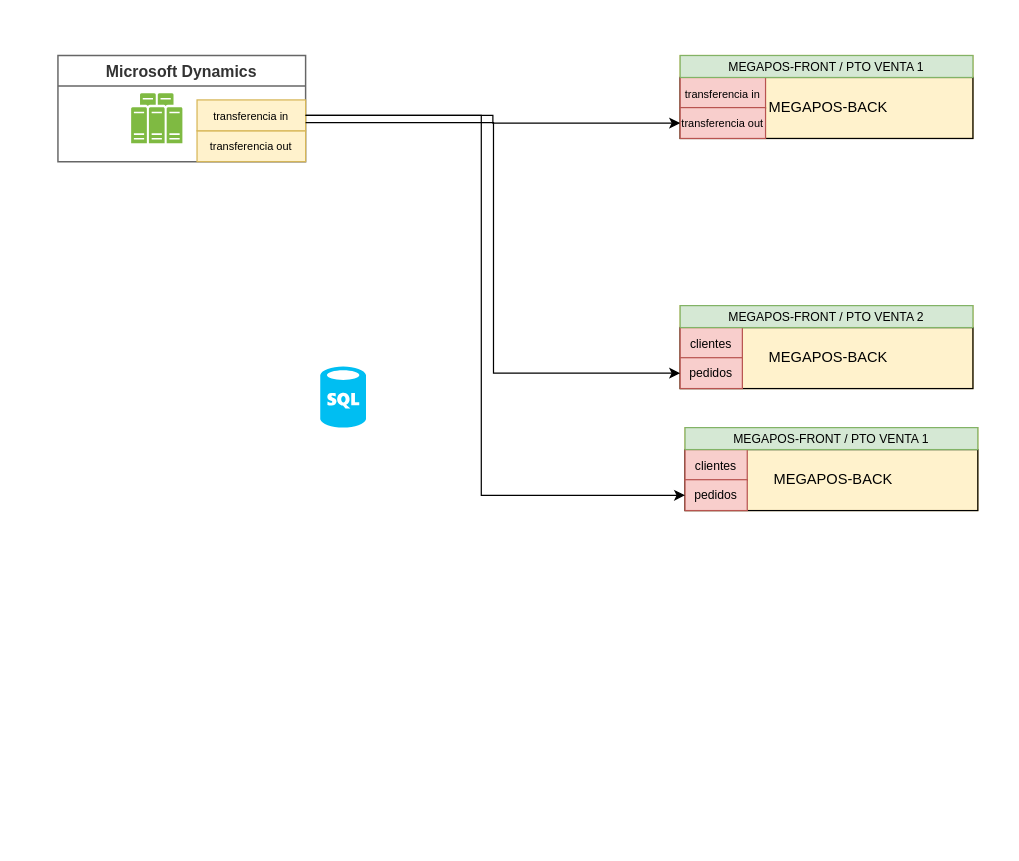
This is page "Transferencias" (7 of 7) of arquitectura-megaprofer.drawio from whuera/arquitectura-megaprofer, a draw.io file, before an edit. Source tidied: cells renumbered, new cells numbered last; positions are measured from the earlier drawing's top-left corner, leaving out a move shared by most shapes. Both pictures are drawn from the tidied source at 122%, with x=0, y=0 at pixel (57, 55).
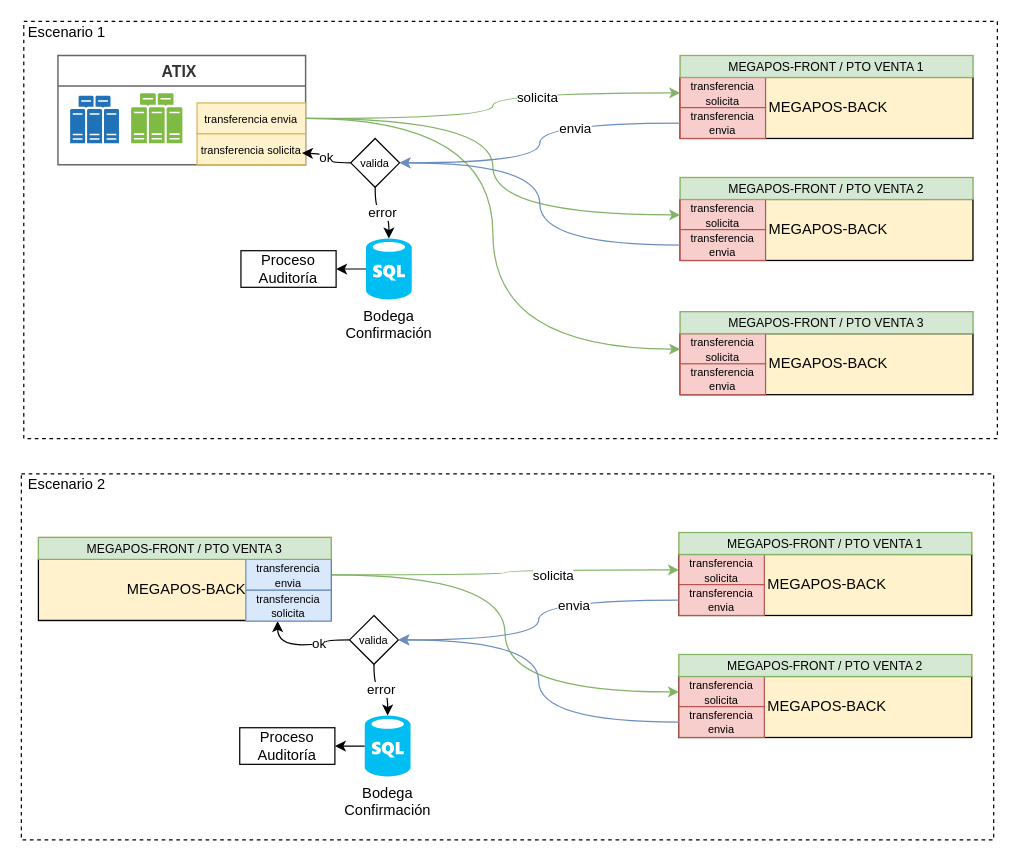
After the change.

The change refers to these unchanged cells:
```xml
<mxCell id="3" style="group;fillColor=#fff2cc;strokeColor=#d6b656;" parent="2" vertex="1">
  <mxGeometry width="240" height="68" as="geometry" />
</mxCell>
<mxCell id="17" style="group;fillColor=#fff2cc;strokeColor=#d6b656;" parent="16" vertex="1">
  <mxGeometry width="240" height="68" as="geometry" />
</mxCell>
```

Diff of the diagram source:
```diff
@@
+    <mxCell id="32" style="rounded=0;whiteSpace=wrap;html=1;dashed=1;fillColor=none;" parent="1" vertex="1">
+      <mxGeometry x="-30" y="343" width="797" height="300" as="geometry" />
+    </mxCell>
+    <mxCell id="33" style="rounded=0;whiteSpace=wrap;html=1;dashed=1;fillColor=none;" parent="1" vertex="1">
+      <mxGeometry x="-28" y="-28" width="798" height="342" as="geometry" />
+    </mxCell>
@@
-    <mxCell id="5" value="&lt;font style=&quot;font-size: 9px&quot;&gt;transferencia in&lt;/font&gt;" style="rounded=0;whiteSpace=wrap;html=1;fillColor=#f8cecc;strokeColor=#b85450;fontSize=10;" parent="3" vertex="1">
+    <mxCell id="5" value="&lt;font style=&quot;font-size: 9px&quot;&gt;transferencia solicita&lt;/font&gt;" style="rounded=0;whiteSpace=wrap;html=1;fillColor=#f8cecc;strokeColor=#b85450;fontSize=10;" parent="3" vertex="1">
       <mxGeometry y="18" width="70" height="25.3" as="geometry" />
     </mxCell>
-    <mxCell id="6" value="&lt;font style=&quot;font-size: 9px&quot;&gt;transferencia out&lt;/font&gt;" style="rounded=0;whiteSpace=wrap;html=1;fillColor=#f8cecc;strokeColor=#b85450;fontSize=10;" parent="3" vertex="1">
+    <mxCell id="6" value="&lt;font style=&quot;font-size: 9px&quot;&gt;transferencia envia&lt;/font&gt;" style="rounded=0;whiteSpace=wrap;html=1;fillColor=#f8cecc;strokeColor=#b85450;fontSize=10;" parent="3" vertex="1">
       <mxGeometry y="42.7" width="70" height="25.3" as="geometry" />
     </mxCell>
@@
-    <mxCell id="8" style="group;" parent="1" vertex="1">
-      <mxGeometry x="514" y="305" width="240" height="68" as="geometry" />
-    </mxCell>
-    <mxCell id="9" style="group;" parent="8" vertex="1">
-      <mxGeometry width="240" height="68" as="geometry" />
-    </mxCell>
-    <mxCell id="10" style="group;fillColor=#fff2cc;strokeColor=#d6b656;" parent="9" vertex="1">
-      <mxGeometry width="240" height="68" as="geometry" />
-    </mxCell>
-    <mxCell id="11" value="&amp;nbsp;MEGAPOS-BACK" style="rounded=0;whiteSpace=wrap;html=1;fillColor=none;" parent="10" vertex="1">
-      <mxGeometry y="18" width="240" height="50" as="geometry" />
-    </mxCell>
-    <mxCell id="12" value="clientes" style="rounded=0;whiteSpace=wrap;html=1;fillColor=#f8cecc;strokeColor=#b85450;fontSize=10;" parent="10" vertex="1">
-      <mxGeometry y="18" width="51" height="25.3" as="geometry" />
-    </mxCell>
-    <mxCell id="13" value="pedidos" style="rounded=0;whiteSpace=wrap;html=1;fillColor=#f8cecc;strokeColor=#b85450;fontSize=10;" parent="10" vertex="1">
-      <mxGeometry y="42.7" width="51" height="25.3" as="geometry" />
-    </mxCell>
-    <mxCell id="14" value="MEGAPOS-FRONT / PTO VENTA 1" style="rounded=0;whiteSpace=wrap;html=1;strokeColor=#82b366;fillColor=#d5e8d4;fontSize=10;" parent="10" vertex="1">
-      <mxGeometry width="240" height="18" as="geometry" />
-    </mxCell>
     <mxCell id="15" style="group;" parent="1" vertex="1">
-      <mxGeometry x="510" y="205" width="240" height="68" as="geometry" />
+      <mxGeometry x="510" y="100" width="240" height="68" as="geometry" />
     </mxCell>
@@
-    <mxCell id="19" value="clientes" style="rounded=0;whiteSpace=wrap;html=1;fillColor=#f8cecc;strokeColor=#b85450;fontSize=10;" parent="17" vertex="1">
-      <mxGeometry y="18" width="51" height="25.3" as="geometry" />
+    <mxCell id="19" value="&lt;span style=&quot;font-size: 9px&quot;&gt;transferencia solicita&lt;/span&gt;" style="rounded=0;whiteSpace=wrap;html=1;fillColor=#f8cecc;strokeColor=#b85450;fontSize=10;" parent="17" vertex="1">
+      <mxGeometry y="18" width="70" height="25.3" as="geometry" />
     </mxCell>
-    <mxCell id="20" value="pedidos" style="rounded=0;whiteSpace=wrap;html=1;fillColor=#f8cecc;strokeColor=#b85450;fontSize=10;" parent="17" vertex="1">
-      <mxGeometry y="42.7" width="51" height="25.3" as="geometry" />
+    <mxCell id="20" value="&lt;span style=&quot;font-size: 9px&quot;&gt;transferencia envia&lt;/span&gt;" style="rounded=0;whiteSpace=wrap;html=1;fillColor=#f8cecc;strokeColor=#b85450;fontSize=10;" parent="17" vertex="1">
+      <mxGeometry y="42.7" width="70" height="25.3" as="geometry" />
     </mxCell>
@@
+    <mxCell id="34" style="edgeStyle=orthogonalEdgeStyle;curved=1;rounded=0;jettySize=auto;html=1;entryX=1;entryY=0.5;entryDx=0;entryDy=0;" parent="1" edge="1" source="22" target="53">
+      <mxGeometry relative="1" as="geometry" />
+    </mxCell>
-    <mxCell id="22" style="verticalLabelPosition=bottom;html=1;verticalAlign=top;align=center;strokeColor=none;fillColor=#00BEF2;shape=mxgraph.azure.sql_database;" parent="1" vertex="1">
-      <mxGeometry x="215" y="255" width="37.5" height="50" as="geometry" />
+    <mxCell id="22" value="Bodega&lt;br&gt;Confirmación" style="verticalLabelPosition=bottom;html=1;verticalAlign=top;align=center;strokeColor=none;fillColor=#00BEF2;shape=mxgraph.azure.sql_database;" parent="1" vertex="1">
+      <mxGeometry x="252.5" y="150" width="37.5" height="50" as="geometry" />
     </mxCell>
     <mxCell id="23" style="group;" parent="1" vertex="1">
-      <mxGeometry width="203" height="87" as="geometry" />
+      <mxGeometry width="203" height="89.5" as="geometry" />
     </mxCell>
     <mxCell id="24" style="group;" parent="23" vertex="1">
-      <mxGeometry width="203" height="87" as="geometry" />
+      <mxGeometry width="203" height="89.5" as="geometry" />
     </mxCell>
-    <mxCell id="25" value="Microsoft Dynamics" style="shape=swimlane;startSize=25;fontSize=13;fontColor=#333333;fontStyle=1;align=center;strokeColor=#666666;strokeOpacity=100;fillOpacity=100;rotation=0;fillColor=#ffffff;strokeWidth=1.2;" parent="24" vertex="1">
-      <mxGeometry width="203" height="87" as="geometry" />
+    <mxCell id="25" value="ATIX " style="shape=swimlane;startSize=25;fontSize=13;fontColor=#333333;fontStyle=1;align=center;strokeColor=#666666;strokeOpacity=100;fillOpacity=100;rotation=0;fillColor=#ffffff;strokeWidth=1.2;" parent="24" vertex="1">
+      <mxGeometry width="203" height="89.5" as="geometry" />
     </mxCell>
@@
-    <mxCell id="27" value="&lt;font style=&quot;font-size: 9px&quot;&gt;transferencia out&lt;/font&gt;" style="rounded=0;whiteSpace=wrap;html=1;fillColor=#fff2cc;strokeColor=#d6b656;" parent="25" vertex="1">
-      <mxGeometry x="114" y="61.7" width="89" height="25.3" as="geometry" />
+    <mxCell id="27" value="&lt;font style=&quot;font-size: 9px&quot;&gt;transferencia envia&lt;/font&gt;" style="rounded=0;whiteSpace=wrap;html=1;fillColor=#fff2cc;strokeColor=#d6b656;" parent="25" vertex="1">
+      <mxGeometry x="114" y="38.9" width="89" height="25.3" as="geometry" />
     </mxCell>
-    <mxCell id="28" value="&lt;font style=&quot;font-size: 9px&quot;&gt;transferencia in&lt;/font&gt;" style="rounded=0;whiteSpace=wrap;html=1;fillColor=#fff2cc;strokeColor=#d6b656;" parent="25" vertex="1">
-      <mxGeometry x="114" y="36.4" width="89" height="25.3" as="geometry" />
+    <mxCell id="28" value="&lt;font style=&quot;font-size: 9px&quot;&gt;transferencia solicita&lt;/font&gt;" style="rounded=0;whiteSpace=wrap;html=1;fillColor=#fff2cc;strokeColor=#d6b656;" parent="25" vertex="1">
+      <mxGeometry x="114" y="64.2" width="89" height="25.3" as="geometry" />
     </mxCell>
-    <mxCell id="29" style="edgeStyle=orthogonalEdgeStyle;rounded=0;jettySize=auto;html=1;" parent="1" edge="1" source="28" target="6">
-      <mxGeometry relative="1" as="geometry" />
-    </mxCell>
-    <mxCell id="30" style="edgeStyle=orthogonalEdgeStyle;rounded=0;jettySize=auto;html=1;entryX=0;entryY=0.5;entryDx=0;entryDy=0;" parent="1" edge="1" source="28" target="20">
-      <mxGeometry relative="1" as="geometry">
-        <Array as="points">
-          <mxPoint x="357" y="55" />
-          <mxPoint x="357" y="260" />
-        </Array>
-      </mxGeometry>
-    </mxCell>
-    <mxCell id="31" style="edgeStyle=orthogonalEdgeStyle;rounded=0;jettySize=auto;html=1;entryX=0;entryY=0.75;entryDx=0;entryDy=0;" parent="1" edge="1" source="28" target="11">
-      <mxGeometry relative="1" as="geometry">
-        <Array as="points">
-          <mxPoint x="347" y="49" />
-          <mxPoint x="347" y="361" />
-        </Array>
-      </mxGeometry>
-    </mxCell>
+    <mxCell id="35" style="shadow=0;dashed=0;html=1;strokeColor=none;labelPosition=center;verticalLabelPosition=bottom;verticalAlign=top;align=center;shape=mxgraph.office.servers.physical_host_farm;fillColor=#2072B8;rounded=0;" parent="25" vertex="1">
+      <mxGeometry x="10" y="33" width="40" height="39" as="geometry" />
+    </mxCell>
+    <mxCell id="36" style="group;" parent="1" vertex="1">
+      <mxGeometry x="510" y="210" width="240" height="68" as="geometry" />
+    </mxCell>
+    <mxCell id="37" style="group;" parent="36" vertex="1">
+      <mxGeometry width="240" height="68" as="geometry" />
+    </mxCell>
+    <mxCell id="38" style="group;fillColor=#fff2cc;strokeColor=#d6b656;" parent="37" vertex="1">
+      <mxGeometry width="240" height="68" as="geometry" />
+    </mxCell>
+    <mxCell id="39" value="&amp;nbsp;MEGAPOS-BACK" style="rounded=0;whiteSpace=wrap;html=1;fillColor=none;" parent="38" vertex="1">
+      <mxGeometry y="18" width="240" height="50" as="geometry" />
+    </mxCell>
+    <mxCell id="40" value="&lt;span style=&quot;font-size: 9px&quot;&gt;transferencia solicita&lt;/span&gt;" style="rounded=0;whiteSpace=wrap;html=1;fillColor=#f8cecc;strokeColor=#b85450;fontSize=10;" parent="38" vertex="1">
+      <mxGeometry y="18" width="70" height="25.3" as="geometry" />
+    </mxCell>
+    <mxCell id="41" value="&lt;span style=&quot;font-size: 9px&quot;&gt;transferencia envia&lt;/span&gt;" style="rounded=0;whiteSpace=wrap;html=1;fillColor=#f8cecc;strokeColor=#b85450;fontSize=10;" parent="38" vertex="1">
+      <mxGeometry y="42.7" width="70" height="25.3" as="geometry" />
+    </mxCell>
+    <mxCell id="42" value="MEGAPOS-FRONT / PTO VENTA 3" style="rounded=0;whiteSpace=wrap;html=1;strokeColor=#82b366;fillColor=#d5e8d4;fontSize=10;" parent="38" vertex="1">
+      <mxGeometry width="240" height="18" as="geometry" />
+    </mxCell>
+    <mxCell id="43" style="edgeStyle=orthogonalEdgeStyle;curved=1;rounded=0;jettySize=auto;html=1;entryX=0;entryY=0.5;entryDx=0;entryDy=0;fillColor=#d5e8d4;strokeColor=#82b366;" parent="1" edge="1" source="27" target="5">
+      <mxGeometry relative="1" as="geometry" />
+    </mxCell>
+    <mxCell id="44" value="solicita" style="edgeLabel;html=1;align=center;verticalAlign=middle;" parent="43" vertex="1">
+      <mxGeometry x="0.28" y="-4" relative="1" as="geometry" />
+    </mxCell>
+    <mxCell id="45" style="edgeStyle=orthogonalEdgeStyle;curved=1;rounded=0;jettySize=auto;html=1;entryX=0;entryY=0.5;entryDx=0;entryDy=0;fillColor=#d5e8d4;strokeColor=#82b366;" parent="1" edge="1" source="27" target="19">
+      <mxGeometry relative="1" as="geometry" />
+    </mxCell>
+    <mxCell id="46" style="edgeStyle=orthogonalEdgeStyle;curved=1;rounded=0;jettySize=auto;html=1;entryX=0;entryY=0.5;entryDx=0;entryDy=0;fillColor=#d5e8d4;strokeColor=#82b366;" parent="1" edge="1" source="27" target="40">
+      <mxGeometry relative="1" as="geometry" />
+    </mxCell>
+    <mxCell id="47" value="ok" style="edgeStyle=orthogonalEdgeStyle;curved=1;rounded=0;jettySize=auto;html=1;" parent="1" edge="1" source="49">
+      <mxGeometry relative="1" as="geometry">
+        <mxPoint x="200" y="80" as="targetPoint" />
+      </mxGeometry>
+    </mxCell>
+    <mxCell id="48" value="error" style="edgeStyle=orthogonalEdgeStyle;curved=1;rounded=0;jettySize=auto;html=1;entryX=0.5;entryY=0;entryDx=0;entryDy=0;entryPerimeter=0;" parent="1" edge="1" source="49" target="22">
+      <mxGeometry relative="1" as="geometry" />
+    </mxCell>
+    <mxCell id="49" value="&lt;font style=&quot;font-size: 9px&quot;&gt;valida&lt;/font&gt;" style="rhombus;whiteSpace=wrap;html=1;" parent="1" vertex="1">
+      <mxGeometry x="240" y="68" width="40" height="40" as="geometry" />
+    </mxCell>
+    <mxCell id="50" style="edgeStyle=orthogonalEdgeStyle;curved=1;rounded=0;jettySize=auto;html=1;entryX=1;entryY=0.5;entryDx=0;entryDy=0;fillColor=#dae8fc;strokeColor=#6c8ebf;" parent="1" edge="1" source="6" target="49">
+      <mxGeometry relative="1" as="geometry" />
+    </mxCell>
+    <mxCell id="51" value="envia" style="edgeLabel;html=1;align=center;verticalAlign=middle;" parent="50" vertex="1">
+      <mxGeometry x="-0.34" y="4" relative="1" as="geometry" />
+    </mxCell>
+    <mxCell id="52" style="edgeStyle=orthogonalEdgeStyle;curved=1;rounded=0;jettySize=auto;html=1;entryX=1;entryY=0.5;entryDx=0;entryDy=0;fillColor=#dae8fc;strokeColor=#6c8ebf;" parent="1" edge="1" source="20" target="49">
+      <mxGeometry relative="1" as="geometry" />
+    </mxCell>
+    <mxCell id="53" value="Proceso&lt;br&gt;Auditoría" style="rounded=0;whiteSpace=wrap;html=1;" parent="1" vertex="1">
+      <mxGeometry x="150" y="160" width="78" height="30" as="geometry" />
+    </mxCell>
+    <mxCell id="54" style="group;" parent="1" vertex="1">
+      <mxGeometry x="509" y="391" width="240" height="68" as="geometry" />
+    </mxCell>
+    <mxCell id="55" style="group;fillColor=#fff2cc;strokeColor=#d6b656;" parent="54" vertex="1">
+      <mxGeometry width="240" height="68" as="geometry" />
+    </mxCell>
+    <mxCell id="56" value="&amp;nbsp;MEGAPOS-BACK" style="rounded=0;whiteSpace=wrap;html=1;fillColor=none;" parent="55" vertex="1">
+      <mxGeometry y="18" width="240" height="50" as="geometry" />
+    </mxCell>
+    <mxCell id="57" value="&lt;font style=&quot;font-size: 9px&quot;&gt;transferencia solicita&lt;/font&gt;" style="rounded=0;whiteSpace=wrap;html=1;fillColor=#f8cecc;strokeColor=#b85450;fontSize=10;" parent="55" vertex="1">
+      <mxGeometry y="18" width="70" height="25.3" as="geometry" />
+    </mxCell>
+    <mxCell id="58" value="&lt;font style=&quot;font-size: 9px&quot;&gt;transferencia envia&lt;/font&gt;" style="rounded=0;whiteSpace=wrap;html=1;fillColor=#f8cecc;strokeColor=#b85450;fontSize=10;" parent="55" vertex="1">
+      <mxGeometry y="42.7" width="70" height="25.3" as="geometry" />
+    </mxCell>
+    <mxCell id="14" value="MEGAPOS-FRONT / PTO VENTA 1" style="rounded=0;whiteSpace=wrap;html=1;strokeColor=#82b366;fillColor=#d5e8d4;fontSize=10;" parent="55" vertex="1">
+      <mxGeometry width="240" height="18" as="geometry" />
+    </mxCell>
+    <mxCell id="59" style="group;" parent="1" vertex="1">
+      <mxGeometry x="509" y="491" width="240" height="68" as="geometry" />
+    </mxCell>
+    <mxCell id="60" style="group;" parent="59" vertex="1">
+      <mxGeometry width="240" height="68" as="geometry" />
+    </mxCell>
+    <mxCell id="61" style="group;fillColor=#fff2cc;strokeColor=#d6b656;" parent="60" vertex="1">
+      <mxGeometry width="240" height="68" as="geometry" />
+    </mxCell>
+    <mxCell id="62" value="&amp;nbsp;MEGAPOS-BACK" style="rounded=0;whiteSpace=wrap;html=1;fillColor=none;" parent="61" vertex="1">
+      <mxGeometry y="18" width="240" height="50" as="geometry" />
+    </mxCell>
+    <mxCell id="63" value="&lt;span style=&quot;font-size: 9px&quot;&gt;transferencia solicita&lt;/span&gt;" style="rounded=0;whiteSpace=wrap;html=1;fillColor=#f8cecc;strokeColor=#b85450;fontSize=10;" parent="61" vertex="1">
+      <mxGeometry y="18" width="70" height="25.3" as="geometry" />
+    </mxCell>
+    <mxCell id="64" value="&lt;span style=&quot;font-size: 9px&quot;&gt;transferencia envia&lt;/span&gt;" style="rounded=0;whiteSpace=wrap;html=1;fillColor=#f8cecc;strokeColor=#b85450;fontSize=10;" parent="61" vertex="1">
+      <mxGeometry y="42.7" width="70" height="25.3" as="geometry" />
+    </mxCell>
+    <mxCell id="65" value="MEGAPOS-FRONT / PTO VENTA 2" style="rounded=0;whiteSpace=wrap;html=1;strokeColor=#82b366;fillColor=#d5e8d4;fontSize=10;" parent="61" vertex="1">
+      <mxGeometry width="240" height="18" as="geometry" />
+    </mxCell>
+    <mxCell id="66" style="edgeStyle=orthogonalEdgeStyle;curved=1;rounded=0;jettySize=auto;html=1;entryX=1;entryY=0.5;entryDx=0;entryDy=0;" parent="1" edge="1" source="67" target="78">
+      <mxGeometry relative="1" as="geometry" />
+    </mxCell>
+    <mxCell id="67" value="Bodega&lt;br&gt;Confirmación" style="verticalLabelPosition=bottom;html=1;verticalAlign=top;align=center;strokeColor=none;fillColor=#00BEF2;shape=mxgraph.azure.sql_database;" parent="1" vertex="1">
+      <mxGeometry x="251.5" y="541" width="37.5" height="50" as="geometry" />
+    </mxCell>
+    <mxCell id="68" style="edgeStyle=orthogonalEdgeStyle;curved=1;rounded=0;jettySize=auto;html=1;entryX=0;entryY=0.5;entryDx=0;entryDy=0;fillColor=#d5e8d4;strokeColor=#82b366;exitX=1;exitY=0.5;exitDx=0;exitDy=0;" parent="1" edge="1" source="86" target="57">
+      <mxGeometry relative="1" as="geometry" />
+    </mxCell>
+    <mxCell id="69" value="solicita" style="edgeLabel;html=1;align=center;verticalAlign=middle;" parent="68" vertex="1">
+      <mxGeometry x="0.28" y="-4" relative="1" as="geometry" />
+    </mxCell>
+    <mxCell id="70" style="edgeStyle=orthogonalEdgeStyle;curved=1;rounded=0;jettySize=auto;html=1;entryX=0;entryY=0.5;entryDx=0;entryDy=0;fillColor=#d5e8d4;strokeColor=#82b366;exitX=1;exitY=0.5;exitDx=0;exitDy=0;" parent="1" edge="1" source="86" target="63">
+      <mxGeometry relative="1" as="geometry" />
+    </mxCell>
+    <mxCell id="71" value="error" style="edgeStyle=orthogonalEdgeStyle;curved=1;rounded=0;jettySize=auto;html=1;entryX=0.5;entryY=0;entryDx=0;entryDy=0;entryPerimeter=0;" parent="1" edge="1" source="74" target="67">
+      <mxGeometry relative="1" as="geometry" />
+    </mxCell>
+    <mxCell id="72" style="edgeStyle=orthogonalEdgeStyle;curved=1;rounded=0;jettySize=auto;html=1;entryX=0.817;entryY=1.012;entryDx=0;entryDy=0;entryPerimeter=0;" parent="1" edge="1" source="74" target="85">
+      <mxGeometry relative="1" as="geometry" />
+    </mxCell>
+    <mxCell id="73" value="ok" style="edgeLabel;html=1;align=center;verticalAlign=middle;" parent="72" vertex="1">
+      <mxGeometry x="-0.28" y="-2" relative="1" as="geometry" />
+    </mxCell>
+    <mxCell id="74" value="&lt;font style=&quot;font-size: 9px&quot;&gt;valida&lt;/font&gt;" style="rhombus;whiteSpace=wrap;html=1;" parent="1" vertex="1">
+      <mxGeometry x="239" y="459" width="40" height="40" as="geometry" />
+    </mxCell>
+    <mxCell id="75" style="edgeStyle=orthogonalEdgeStyle;curved=1;rounded=0;jettySize=auto;html=1;entryX=1;entryY=0.5;entryDx=0;entryDy=0;fillColor=#dae8fc;strokeColor=#6c8ebf;" parent="1" edge="1" source="58" target="74">
+      <mxGeometry relative="1" as="geometry" />
+    </mxCell>
+    <mxCell id="76" value="envia" style="edgeLabel;html=1;align=center;verticalAlign=middle;" parent="75" vertex="1">
+      <mxGeometry x="-0.34" y="4" relative="1" as="geometry" />
+    </mxCell>
+    <mxCell id="77" style="edgeStyle=orthogonalEdgeStyle;curved=1;rounded=0;jettySize=auto;html=1;entryX=1;entryY=0.5;entryDx=0;entryDy=0;fillColor=#dae8fc;strokeColor=#6c8ebf;" parent="1" edge="1" source="64" target="74">
+      <mxGeometry relative="1" as="geometry" />
+    </mxCell>
+    <mxCell id="78" value="Proceso&lt;br&gt;Auditoría" style="rounded=0;whiteSpace=wrap;html=1;" parent="1" vertex="1">
+      <mxGeometry x="149" y="551" width="78" height="30" as="geometry" />
+    </mxCell>
+    <mxCell id="79" style="group;" parent="1" vertex="1">
+      <mxGeometry x="-16" y="395" width="240" height="68.6" as="geometry" />
+    </mxCell>
+    <mxCell id="80" style="group;" parent="79" vertex="1">
+      <mxGeometry width="240" height="68.6" as="geometry" />
+    </mxCell>
+    <mxCell id="81" style="group;" parent="80" vertex="1">
+      <mxGeometry width="240" height="68.6" as="geometry" />
+    </mxCell>
+    <mxCell id="82" style="group;" parent="81" vertex="1">
+      <mxGeometry width="240" height="68.6" as="geometry" />
+    </mxCell>
+    <mxCell id="83" style="group;" parent="82" vertex="1">
+      <mxGeometry width="240" height="68.6" as="geometry" />
+    </mxCell>
+    <mxCell id="84" style="group;fillColor=#fff2cc;strokeColor=#d6b656;" parent="83" vertex="1">
+      <mxGeometry width="240" height="68.6" as="geometry" />
+    </mxCell>
+    <mxCell id="85" value="&amp;nbsp;MEGAPOS-BACK" style="rounded=0;whiteSpace=wrap;html=1;fillColor=none;" parent="84" vertex="1">
+      <mxGeometry y="18" width="240" height="50" as="geometry" />
+    </mxCell>
+    <mxCell id="86" value="&lt;span style=&quot;font-size: 9px&quot;&gt;transferencia envia&lt;/span&gt;" style="rounded=0;whiteSpace=wrap;html=1;fillColor=#dae8fc;strokeColor=#6c8ebf;fontSize=10;" parent="84" vertex="1">
+      <mxGeometry x="170" y="18" width="70" height="25.3" as="geometry" />
+    </mxCell>
+    <mxCell id="87" value="MEGAPOS-FRONT / PTO VENTA 3" style="rounded=0;whiteSpace=wrap;html=1;strokeColor=#82b366;fillColor=#d5e8d4;fontSize=10;" parent="84" vertex="1">
+      <mxGeometry width="240" height="18" as="geometry" />
+    </mxCell>
+    <mxCell id="88" value="&lt;span style=&quot;font-size: 9px&quot;&gt;transferencia solicita&lt;/span&gt;" style="rounded=0;whiteSpace=wrap;html=1;fillColor=#dae8fc;strokeColor=#6c8ebf;fontSize=10;" parent="84" vertex="1">
+      <mxGeometry x="170" y="43.3" width="70" height="25.3" as="geometry" />
+    </mxCell>
+    <mxCell id="89" value="Escenario 1" style="text;html=1;align=center;verticalAlign=middle;" parent="1" vertex="1">
+      <mxGeometry x="-30" y="-28" width="73" height="18" as="geometry" />
+    </mxCell>
+    <mxCell id="90" value="Escenario 2" style="text;html=1;align=center;verticalAlign=middle;" parent="1" vertex="1">
+      <mxGeometry x="-30" y="343" width="73" height="18" as="geometry" />
+    </mxCell>
```
